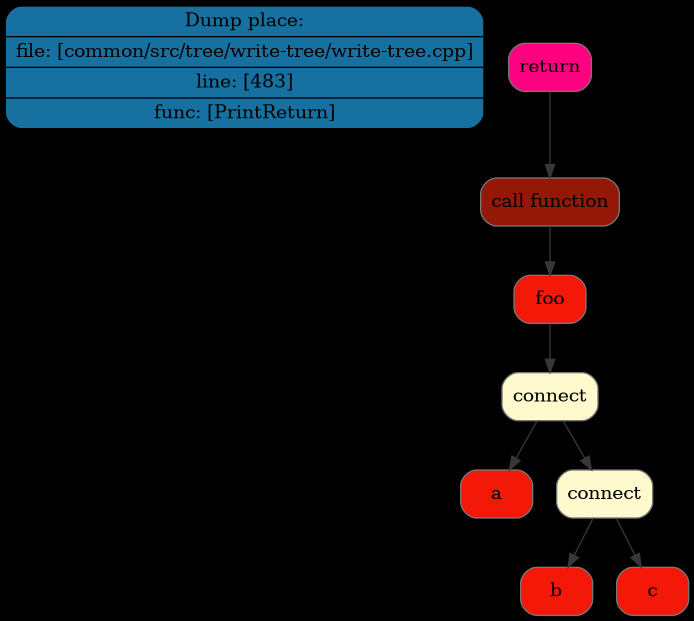
This is dot/node/img/node1.png from Maksim-Sebelev/Language, a Graphviz export, as it was before one commit. Its source is kept beside it as dot/node/dot/node1.dot.
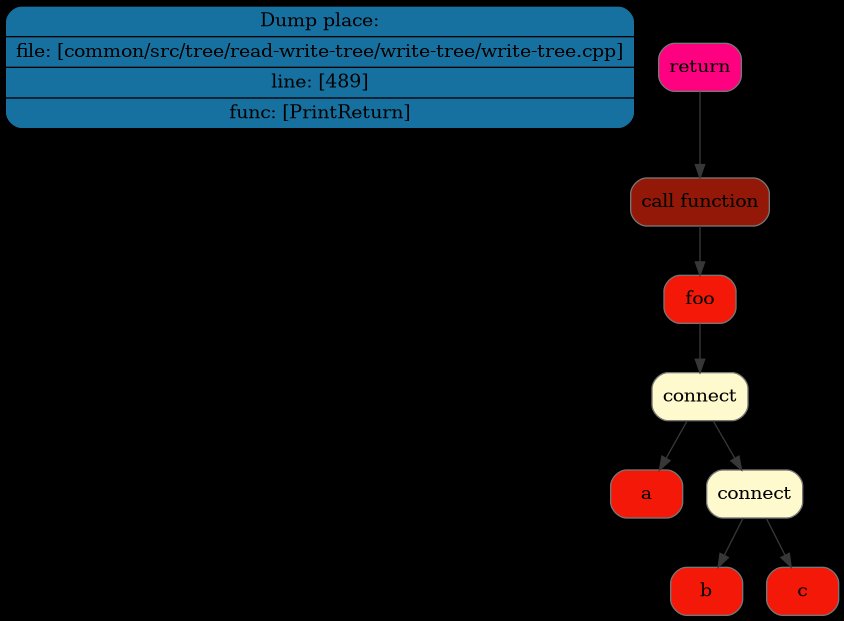
After the change.

Diff of the diagram source:
```diff
@@ -1,7 +1,7 @@
 digraph G{
 rankdir=TB
 graph [bgcolor="#000000"];
-place[shape=Mrecord, style=filled, fillcolor="#1771a0", pos="0,1!",label = " { Dump place: | file: [common/src/tree/write-tree/write-tree.cpp] | line: [483] | func: [PrintReturn] } "color = "#000000"];
+place[shape=Mrecord, style=filled, fillcolor="#1771a0", pos="0,1!",label = " { Dump place: | file: [common/src/tree/read-write-tree/write-tree/write-tree.cpp] | line: [489] | func: [PrintReturn] } "color = "#000000"];
 node0x507000000870[shape=Mrecord, style=filled, fillcolor="#FF0080"label = "return", color = "#777777"];
 node0x507000000800[shape=Mrecord, style=filled, fillcolor="#931807"label = "call function", color = "#777777"];
 node0x507000000560[shape=Mrecord, style=filled, fillcolor="#f31807"label = "foo", color = "#777777"];
```
